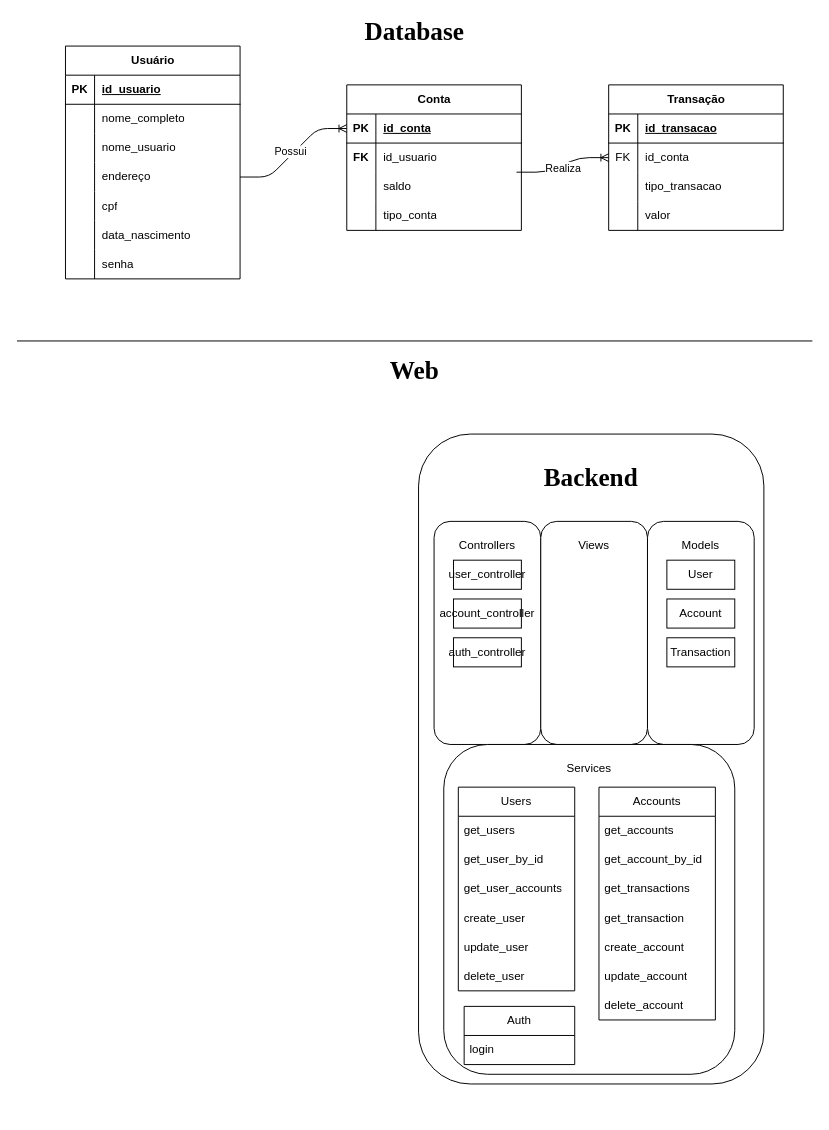
Earlier version of the draw.io diagram docs/dio_bank.drawio (Gabryel-Barboza/dio_bank). Source tidied: cells renumbered, new cells numbered last; positions are measured from the earlier drawing's top-left corner, leaving out a move shared by most shapes. Both pictures are drawn from the tidied source at 97%, with x=0, y=0 at pixel (16, 16).
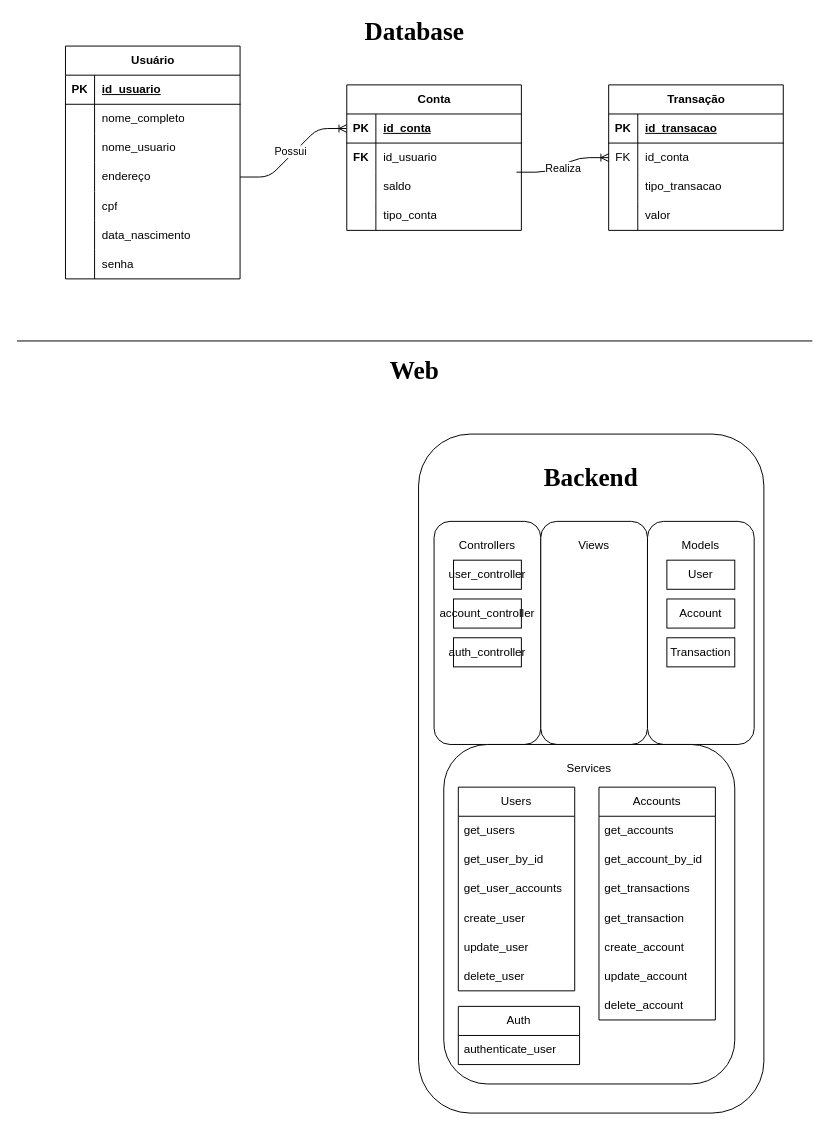
Above is the later version.

Change to the diagram source:
```diff
@@
     <mxCell id="3" style="rounded=1;whiteSpace=wrap;html=1;" parent="1" vertex="1">
-      <mxGeometry x="414" y="430" width="356" height="670" as="geometry" />
+      <mxGeometry x="414" y="430" width="356" height="700" as="geometry" />
     </mxCell>
@@
     <mxCell id="15" style="rounded=1;whiteSpace=wrap;html=1;" parent="1" vertex="1">
-      <mxGeometry x="440" y="750" width="300" height="340" as="geometry" />
+      <mxGeometry x="440" y="750" width="300" height="350" as="geometry" />
     </mxCell>
@@
     <mxCell id="87" value="Auth" style="swimlane;fontStyle=0;horizontal=1;startSize=30;whiteSpace=wrap;html=1;" parent="1" vertex="1">
-      <mxGeometry x="461" y="1020" width="114" height="60" as="geometry" />
+      <mxGeometry x="455" y="1020" width="125" height="60" as="geometry" />
     </mxCell>
-    <mxCell id="88" value="login" style="text;strokeColor=none;fillColor=none;align=left;verticalAlign=middle;spacingLeft=4;spacingRight=4;overflow=hidden;whiteSpace=wrap;html=1;" parent="87" vertex="1">
-      <mxGeometry y="30" width="114" height="30" as="geometry" />
+    <mxCell id="88" value="authenticate_user" style="text;strokeColor=none;fillColor=none;align=left;verticalAlign=middle;spacingLeft=4;spacingRight=4;overflow=hidden;whiteSpace=wrap;html=1;" parent="87" vertex="1">
+      <mxGeometry y="30" width="125" height="30" as="geometry" />
     </mxCell>
```
